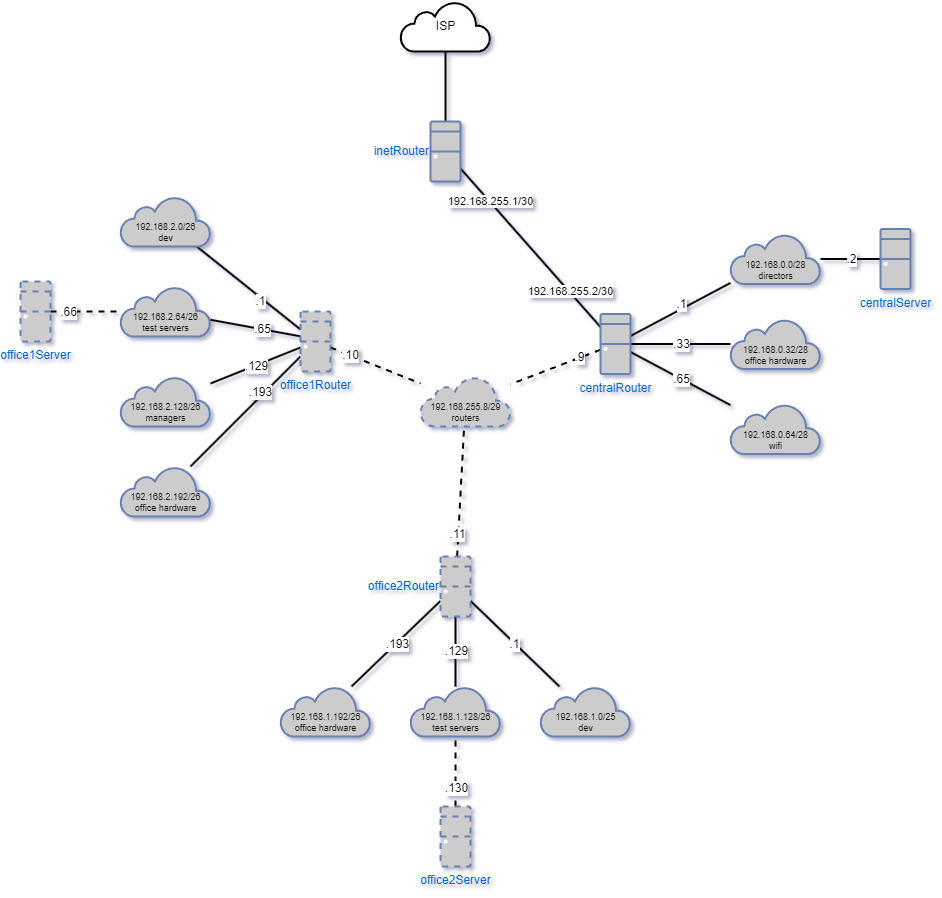
The draw.io diagram Network-diagram.png in mmmex/network, before a commit. Source tidied: cells renumbered, new cells last; positions are measured from the earlier drawing's top-left corner, leaving out a move shared by most shapes.
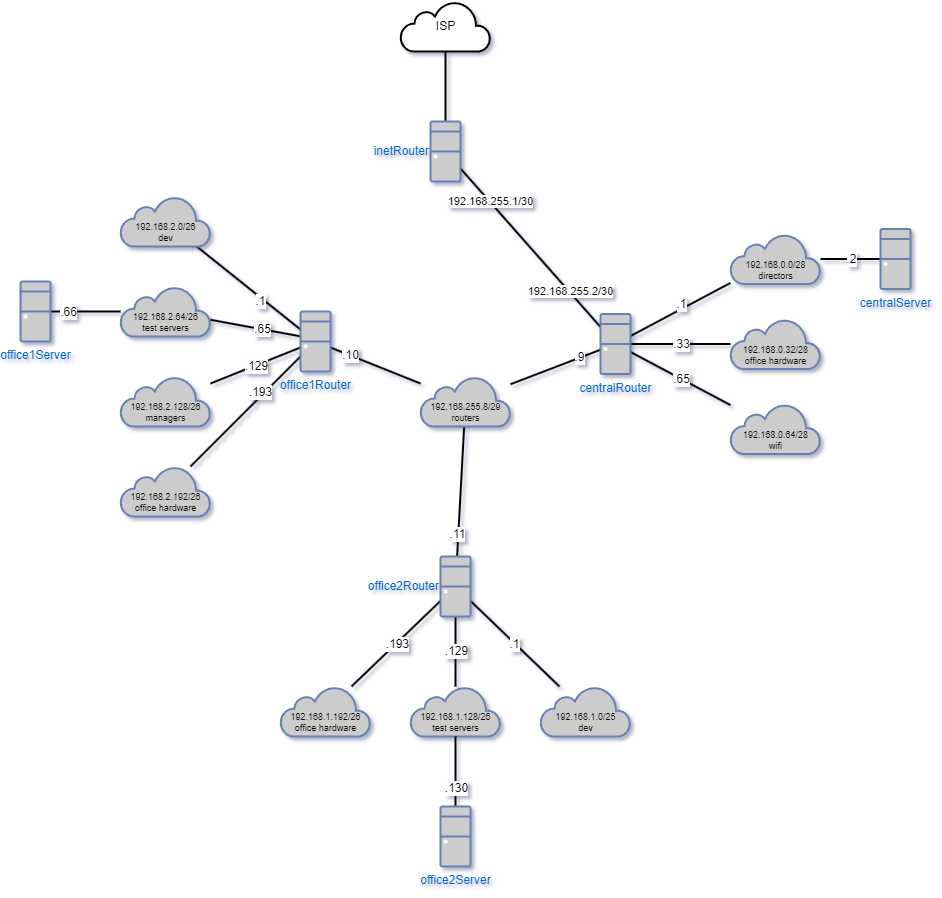
After the change.

The edit, as a diff of the source:
```diff
@@ -44,7 +44,7 @@
     <mxCell id="13" value=".65" style="edgeLabel;html=1;align=center;verticalAlign=middle;fontSize=12;fontColor=#000000;" parent="12" vertex="1">
       <mxGeometry relative="1" as="geometry" />
     </mxCell>
-    <mxCell id="14" style="edgeStyle=none;rounded=0;jettySize=auto;html=1;dashed=1;strokeColor=#000000;strokeWidth=2;fontSize=12;fontColor=#000000;endArrow=none;endFill=0;" parent="1" edge="1" source="16" target="51">
+    <mxCell id="14" style="edgeStyle=none;rounded=0;jettySize=auto;html=1;strokeColor=#000000;strokeWidth=2;fontSize=12;fontColor=#000000;endArrow=none;endFill=0;" parent="1" edge="1" source="16" target="51">
       <mxGeometry relative="1" as="geometry" />
     </mxCell>
     <mxCell id="15" value=".9" style="edgeLabel;html=1;align=center;verticalAlign=middle;fontSize=12;fontColor=#000000;" parent="14" vertex="1">
@@ -81,13 +81,13 @@
         <mxPoint x="15" y="-20" as="offset" />
       </mxGeometry>
     </mxCell>
-    <mxCell id="25" style="edgeStyle=none;rounded=0;jettySize=auto;html=1;dashed=1;strokeColor=#000000;strokeWidth=2;fontSize=12;fontColor=#000000;endArrow=none;endFill=0;" parent="1" edge="1" source="27" target="51">
+    <mxCell id="25" style="edgeStyle=none;rounded=0;jettySize=auto;html=1;strokeColor=#000000;strokeWidth=2;fontSize=12;fontColor=#000000;endArrow=none;endFill=0;" parent="1" edge="1" source="27" target="51">
       <mxGeometry relative="1" as="geometry" />
     </mxCell>
     <mxCell id="26" value=".10" style="edgeLabel;html=1;align=center;verticalAlign=middle;fontSize=12;fontColor=#000000;" parent="25" vertex="1">
       <mxGeometry x="-0.57" relative="1" as="geometry" />
     </mxCell>
-    <mxCell id="27" value="office1Router" style="fontColor=#0066CC;verticalAlign=top;verticalLabelPosition=bottom;labelPosition=center;align=center;html=1;outlineConnect=0;fillColor=#CCCCCC;strokeColor=#6881B3;gradientColor=none;gradientDirection=north;strokeWidth=2;shape=mxgraph.networks.desktop_pc;dashed=1;" parent="1" vertex="1">
+    <mxCell id="27" value="office1Router" style="fontColor=#0066CC;verticalAlign=top;verticalLabelPosition=bottom;labelPosition=center;align=center;html=1;outlineConnect=0;fillColor=#CCCCCC;strokeColor=#6881B3;gradientColor=none;gradientDirection=north;strokeWidth=2;shape=mxgraph.networks.desktop_pc;" parent="1" vertex="1">
       <mxGeometry x="280" y="310" width="30" height="60" as="geometry" />
     </mxCell>
     <mxCell id="28" style="edgeStyle=none;rounded=0;jettySize=auto;html=1;strokeWidth=2;endArrow=none;endFill=0;" parent="1" edge="1" source="36" target="42">
@@ -112,13 +112,13 @@
         <mxPoint x="1" as="offset" />
       </mxGeometry>
     </mxCell>
-    <mxCell id="34" style="edgeStyle=none;rounded=0;jettySize=auto;html=1;dashed=1;strokeColor=#000000;strokeWidth=2;fontSize=12;fontColor=#000000;endArrow=none;endFill=0;" parent="1" edge="1" source="36" target="51">
+    <mxCell id="34" style="edgeStyle=none;rounded=0;jettySize=auto;html=1;strokeColor=#000000;strokeWidth=2;fontSize=12;fontColor=#000000;endArrow=none;endFill=0;" parent="1" edge="1" source="36" target="51">
       <mxGeometry relative="1" as="geometry" />
     </mxCell>
     <mxCell id="35" value=".11" style="edgeLabel;html=1;align=center;verticalAlign=middle;fontSize=12;fontColor=#000000;" parent="34" vertex="1">
       <mxGeometry x="-0.66" y="1" relative="1" as="geometry" />
     </mxCell>
-    <mxCell id="36" value="office2Router" style="fontColor=#0066CC;verticalAlign=middle;verticalLabelPosition=middle;labelPosition=left;align=right;html=1;outlineConnect=0;fillColor=#CCCCCC;strokeColor=#6881B3;gradientColor=none;gradientDirection=north;strokeWidth=2;shape=mxgraph.networks.desktop_pc;dashed=1;" parent="1" vertex="1">
+    <mxCell id="36" value="office2Router" style="fontColor=#0066CC;verticalAlign=middle;verticalLabelPosition=middle;labelPosition=left;align=right;html=1;outlineConnect=0;fillColor=#CCCCCC;strokeColor=#6881B3;gradientColor=none;gradientDirection=north;strokeWidth=2;shape=mxgraph.networks.desktop_pc;" parent="1" vertex="1">
       <mxGeometry x="420" y="555" width="30" height="60" as="geometry" />
     </mxCell>
     <mxCell id="37" style="edgeStyle=none;rounded=0;orthogonalLoop=1;jettySize=auto;html=1;exitX=0.5;exitY=1;exitDx=0;exitDy=0;exitPerimeter=0;strokeWidth=2;endArrow=none;endFill=0;" parent="1" edge="1" source="7" target="7">
@@ -165,10 +165,10 @@
     <mxCell id="50" value="centralServer" style="fontColor=#0066CC;verticalAlign=top;verticalLabelPosition=bottom;labelPosition=center;align=center;html=1;outlineConnect=0;fillColor=#CCCCCC;strokeColor=#6881B3;gradientColor=none;gradientDirection=north;strokeWidth=2;shape=mxgraph.networks.desktop_pc;fontSize=12;" parent="1" vertex="1">
       <mxGeometry x="860" y="227.5" width="30" height="60" as="geometry" />
     </mxCell>
-    <mxCell id="51" value="192.168.255.8/29&lt;br style=&quot;font-size: 9px;&quot;&gt;routers" style="html=1;outlineConnect=0;fillColor=#CCCCCC;strokeColor=#6881B3;gradientColor=none;gradientDirection=north;strokeWidth=2;shape=mxgraph.networks.cloud;fontColor=#000000;fontSize=9;verticalAlign=bottom;dashed=1;" parent="1" vertex="1">
+    <mxCell id="51" value="192.168.255.8/29&lt;br style=&quot;font-size: 9px;&quot;&gt;routers" style="html=1;outlineConnect=0;fillColor=#CCCCCC;strokeColor=#6881B3;gradientColor=none;gradientDirection=north;strokeWidth=2;shape=mxgraph.networks.cloud;fontColor=#000000;fontSize=9;verticalAlign=bottom;" parent="1" vertex="1">
       <mxGeometry x="400" y="375" width="90" height="50" as="geometry" />
     </mxCell>
-    <mxCell id="52" style="edgeStyle=none;rounded=0;jettySize=auto;html=1;strokeWidth=2;fontSize=9;fontColor=#000000;endArrow=none;endFill=0;fillColor=#d5e8d4;strokeColor=#000000;dashed=1;" parent="1" edge="1" source="54" target="39">
+    <mxCell id="52" style="edgeStyle=none;rounded=0;jettySize=auto;html=1;strokeWidth=2;fontSize=9;fontColor=#000000;endArrow=none;endFill=0;fillColor=#d5e8d4;strokeColor=#000000;" parent="1" edge="1" source="54" target="39">
       <mxGeometry relative="1" as="geometry" />
     </mxCell>
     <mxCell id="53" value=".66" style="edgeLabel;html=1;align=center;verticalAlign=middle;fontSize=12;fontColor=#000000;" parent="52" vertex="1">
@@ -176,10 +176,10 @@
         <mxPoint x="-1" as="offset" />
       </mxGeometry>
     </mxCell>
-    <mxCell id="54" value="office1Server" style="fontColor=#0066CC;verticalAlign=top;verticalLabelPosition=bottom;labelPosition=center;align=center;html=1;outlineConnect=0;fillColor=#CCCCCC;strokeColor=#6881B3;gradientColor=none;gradientDirection=north;strokeWidth=2;shape=mxgraph.networks.desktop_pc;fontSize=12;dashed=1;" parent="1" vertex="1">
+    <mxCell id="54" value="office1Server" style="fontColor=#0066CC;verticalAlign=top;verticalLabelPosition=bottom;labelPosition=center;align=center;html=1;outlineConnect=0;fillColor=#CCCCCC;strokeColor=#6881B3;gradientColor=none;gradientDirection=north;strokeWidth=2;shape=mxgraph.networks.desktop_pc;fontSize=12;" parent="1" vertex="1">
       <mxGeometry y="280" width="30" height="60" as="geometry" />
     </mxCell>
-    <mxCell id="55" style="edgeStyle=none;rounded=0;jettySize=auto;html=1;strokeWidth=2;fontSize=9;fontColor=#000000;endArrow=none;endFill=0;fillColor=#d5e8d4;strokeColor=#000000;dashed=1;" parent="1" edge="1" source="57" target="43">
+    <mxCell id="55" style="edgeStyle=none;rounded=0;jettySize=auto;html=1;strokeWidth=2;fontSize=9;fontColor=#000000;endArrow=none;endFill=0;fillColor=#d5e8d4;strokeColor=#000000;" parent="1" edge="1" source="57" target="43">
       <mxGeometry relative="1" as="geometry" />
     </mxCell>
     <mxCell id="56" value=".130" style="edgeLabel;html=1;align=center;verticalAlign=middle;fontSize=12;fontColor=#000000;" parent="55" vertex="1">
@@ -187,7 +187,7 @@
         <mxPoint x="-1" as="offset" />
       </mxGeometry>
     </mxCell>
-    <mxCell id="57" value="office2Server" style="fontColor=#0066CC;verticalAlign=top;verticalLabelPosition=bottom;labelPosition=center;align=center;html=1;outlineConnect=0;fillColor=#CCCCCC;strokeColor=#6881B3;gradientColor=none;gradientDirection=north;strokeWidth=2;shape=mxgraph.networks.desktop_pc;fontSize=12;dashed=1;" parent="1" vertex="1">
+    <mxCell id="57" value="office2Server" style="fontColor=#0066CC;verticalAlign=top;verticalLabelPosition=bottom;labelPosition=center;align=center;html=1;outlineConnect=0;fillColor=#CCCCCC;strokeColor=#6881B3;gradientColor=none;gradientDirection=north;strokeWidth=2;shape=mxgraph.networks.desktop_pc;fontSize=12;" parent="1" vertex="1">
       <mxGeometry x="420" y="805" width="30" height="60" as="geometry" />
     </mxCell>
   </root>
```
